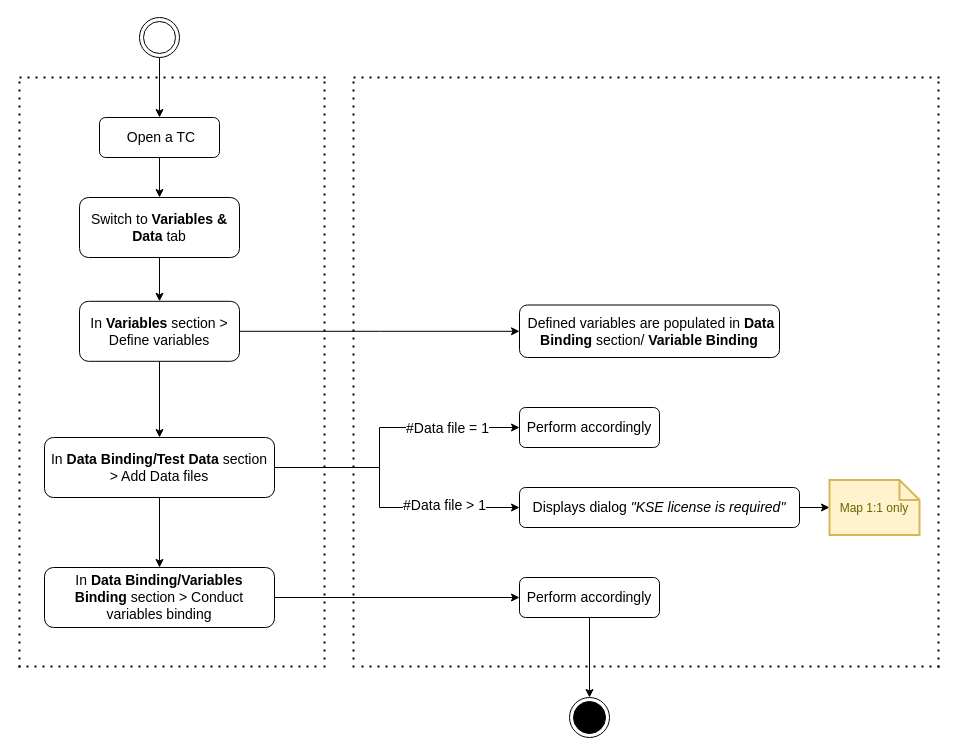
The draw.io diagram flowchart.drawio in nhpthuy/chart, before the edit. Source tidied: cells renumbered, new cells numbered last; positions are measured from the earlier drawing's top-left corner, leaving out a move shared by most shapes. Both pictures are drawn from the tidied source at 100%, with x=0, y=0 at pixel (18, 17).
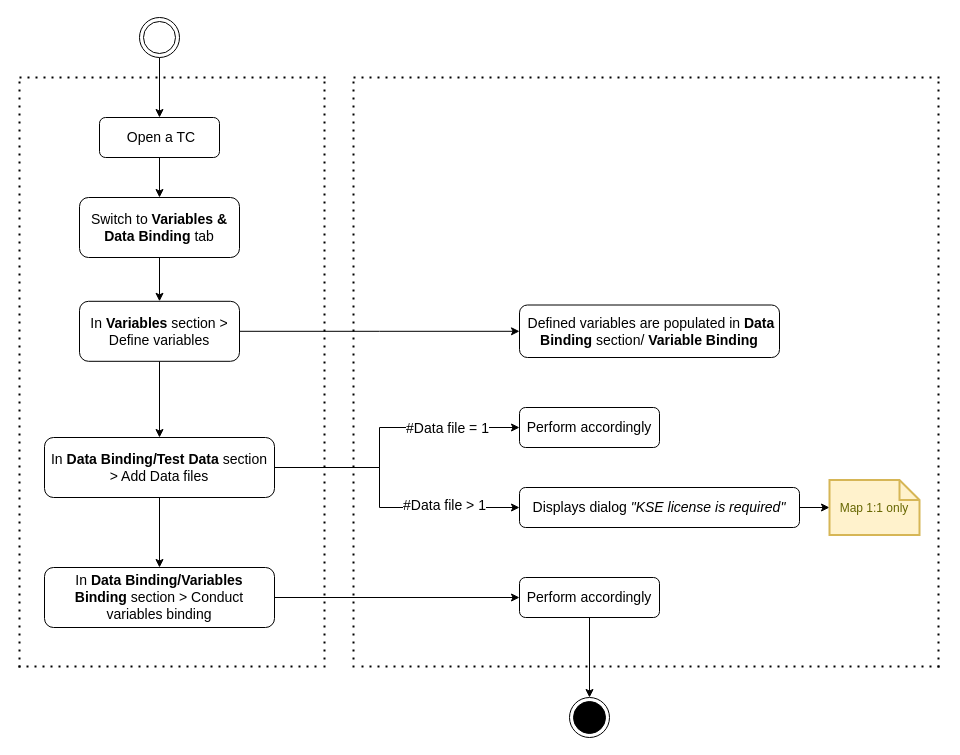
After the change.

Diff of the diagram source:
```diff
@@
-    <mxCell id="7" value="Switch to&amp;nbsp;&lt;b style=&quot;font-size: 14px;&quot;&gt;Variables &amp;amp; Data &lt;/b&gt;tab" style="rounded=1;whiteSpace=wrap;html=1;fontSize=14;glass=0;strokeWidth=1;shadow=0;" parent="1" vertex="1">
+    <mxCell id="7" value="Switch to&amp;nbsp;&lt;b style=&quot;font-size: 14px&quot;&gt;Variables &amp;amp; Data Binding&amp;nbsp;&lt;/b&gt;tab" style="rounded=1;whiteSpace=wrap;html=1;fontSize=14;glass=0;strokeWidth=1;shadow=0;" parent="1" vertex="1">
       <mxGeometry x="61" y="180" width="160" height="60" as="geometry" />
     </mxCell>
```
